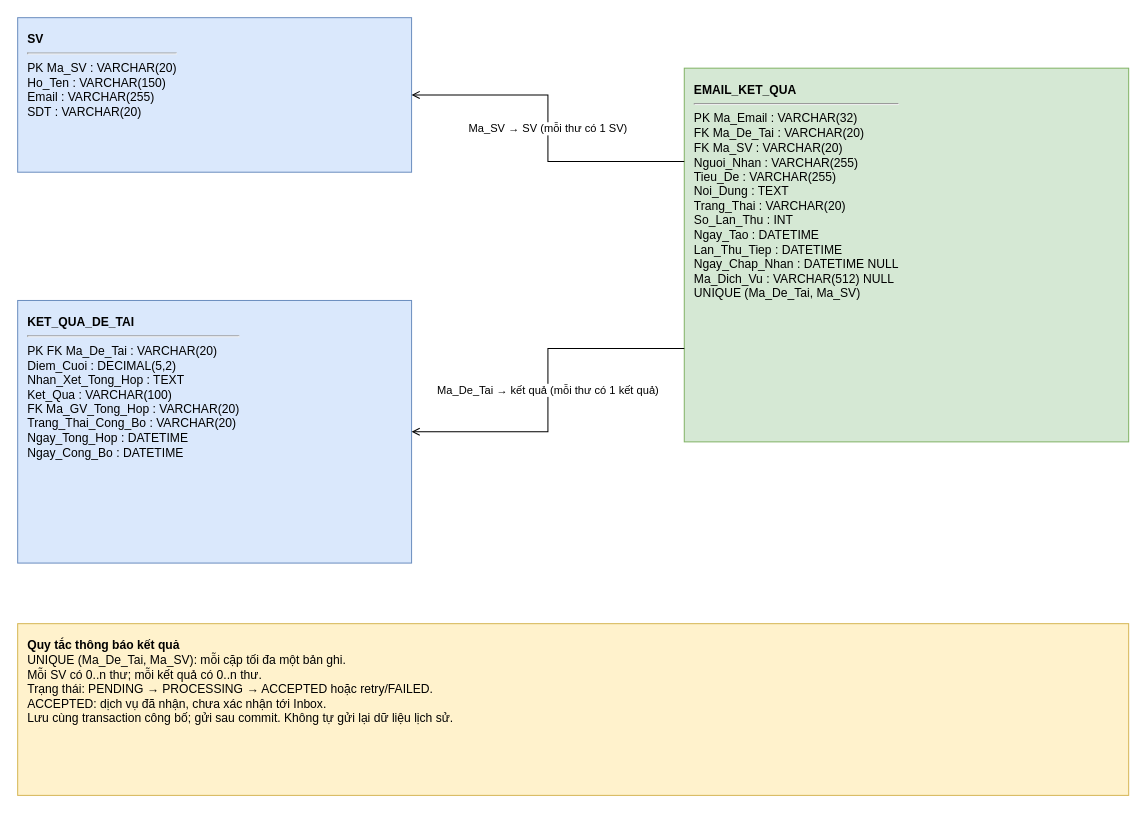
The draw.io diagram page "Email_ket_qua" (2 of 2) of projects/Database/ERD_QuanLyDeTai_V2.drawio in huydc7/fit-project-management, before the edit. Source tidied: cells renumbered, new cells numbered last; positions are measured from the earlier drawing's top-left corner, leaving out a move shared by most shapes. Both pictures are drawn from the tidied source at 101%, with x=0, y=0 at pixel (17, 17).
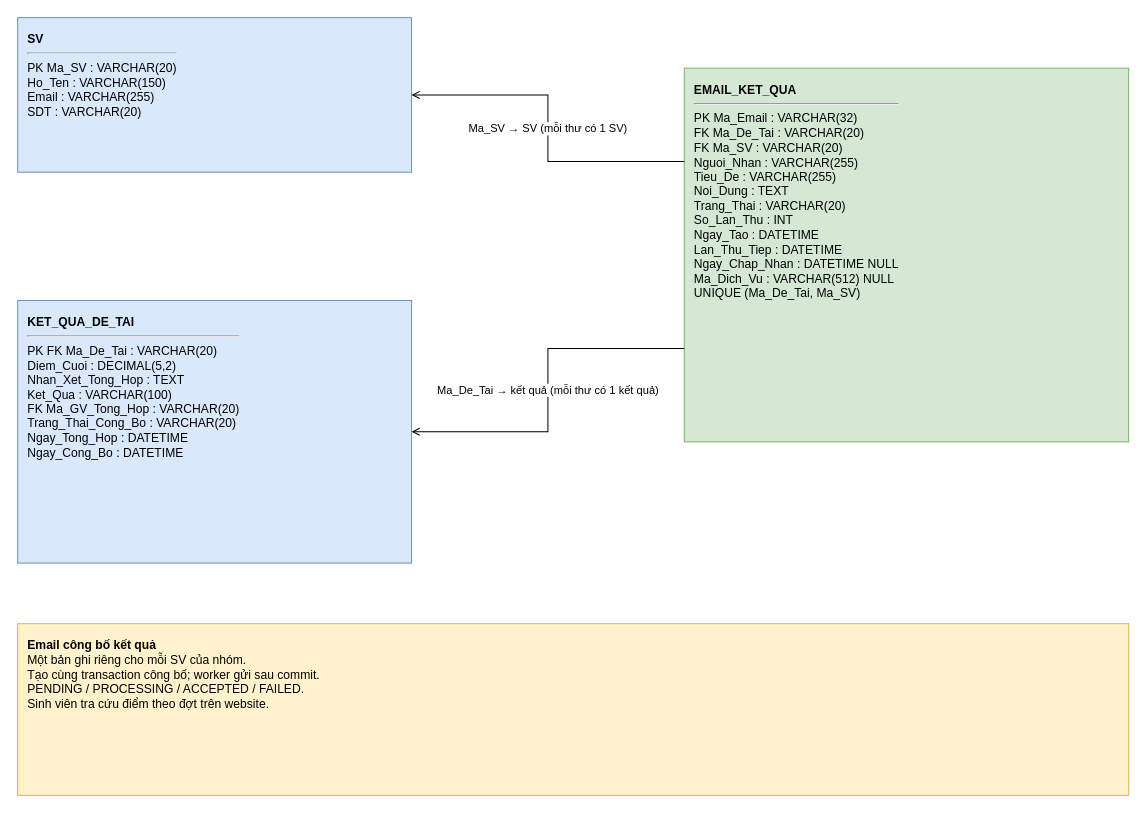
The same page after the edit.

Diff of the diagram source:
```diff
@@
 <mxGraphModel>
   <root>
     <mxCell id="0" />
     <mxCell id="1" parent="0" />
     <mxCell id="2" value="&lt;b&gt;SV&lt;/b&gt;&lt;hr&gt;PK Ma_SV : VARCHAR(20)&lt;br&gt;Ho_Ten : VARCHAR(150)&lt;br&gt;Email : VARCHAR(255)&lt;br&gt;SDT : VARCHAR(20)" style="rounded=0;whiteSpace=wrap;html=1;align=left;verticalAlign=top;spacing=10;fillColor=#dae8fc;strokeColor=#6c8ebf;fontSize=12;" parent="1" vertex="1">
       <mxGeometry width="390" height="153" as="geometry" />
     </mxCell>
     <mxCell id="3" value="&lt;b&gt;KET_QUA_DE_TAI&lt;/b&gt;&lt;hr&gt;PK FK Ma_De_Tai : VARCHAR(20)&lt;br&gt;Diem_Cuoi : DECIMAL(5,2)&lt;br&gt;Nhan_Xet_Tong_Hop : TEXT&lt;br&gt;Ket_Qua : VARCHAR(100)&lt;br&gt;FK Ma_GV_Tong_Hop : VARCHAR(20)&lt;br&gt;Trang_Thai_Cong_Bo : VARCHAR(20)&lt;br&gt;Ngay_Tong_Hop : DATETIME&lt;br&gt;Ngay_Cong_Bo : DATETIME" style="rounded=0;whiteSpace=wrap;html=1;align=left;verticalAlign=top;spacing=10;fillColor=#dae8fc;strokeColor=#6c8ebf;fontSize=12;" parent="1" vertex="1">
       <mxGeometry y="280" width="390" height="260" as="geometry" />
     </mxCell>
     <mxCell id="4" value="&lt;b&gt;EMAIL_KET_QUA&lt;/b&gt;&lt;hr&gt;PK Ma_Email : VARCHAR(32)&lt;br&gt;FK Ma_De_Tai : VARCHAR(20)&lt;br&gt;FK Ma_SV : VARCHAR(20)&lt;br&gt;Nguoi_Nhan : VARCHAR(255)&lt;br&gt;Tieu_De : VARCHAR(255)&lt;br&gt;Noi_Dung : TEXT&lt;br&gt;Trang_Thai : VARCHAR(20)&lt;br&gt;So_Lan_Thu : INT&lt;br&gt;Ngay_Tao : DATETIME&lt;br&gt;Lan_Thu_Tiep : DATETIME&lt;br&gt;Ngay_Chap_Nhan : DATETIME NULL&lt;br&gt;Ma_Dich_Vu : VARCHAR(512) NULL&lt;br&gt;UNIQUE (Ma_De_Tai, Ma_SV)" style="rounded=0;whiteSpace=wrap;html=1;align=left;verticalAlign=top;spacing=10;fillColor=#d5e8d4;strokeColor=#82b366;fontSize=12;" parent="1" vertex="1">
       <mxGeometry x="660" y="50" width="440" height="370" as="geometry" />
     </mxCell>
     <mxCell id="5" value="Ma_SV → SV (mỗi thư có 1 SV)" style="edgeStyle=orthogonalEdgeStyle;rounded=0;html=1;endArrow=open;fontSize=11;exitX=0;exitY=0.25;entryX=1;entryY=0.5;" parent="1" edge="1" source="4" target="2">
       <mxGeometry relative="1" as="geometry" />
     </mxCell>
     <mxCell id="6" value="Ma_De_Tai → kết quả (mỗi thư có 1 kết quả)" style="edgeStyle=orthogonalEdgeStyle;rounded=0;html=1;endArrow=open;fontSize=11;exitX=0;exitY=0.75;entryX=1;entryY=0.5;" parent="1" edge="1" source="4" target="3">
       <mxGeometry relative="1" as="geometry" />
     </mxCell>
-    <mxCell id="7" value="&lt;b&gt;Quy tắc thông báo kết quả&lt;/b&gt;&lt;br&gt;UNIQUE (Ma_De_Tai, Ma_SV): mỗi cặp tối đa một bản ghi.&lt;br&gt;Mỗi SV có 0..n thư; mỗi kết quả có 0..n thư.&lt;br&gt;Trạng thái: PENDING → PROCESSING → ACCEPTED hoặc retry/FAILED.&lt;br&gt;ACCEPTED: dịch vụ đã nhận, chưa xác nhận tới Inbox.&lt;br&gt;Lưu cùng transaction công bố; gửi sau commit. Không tự gửi lại dữ liệu lịch sử." style="rounded=0;whiteSpace=wrap;html=1;align=left;verticalAlign=top;spacing=10;fillColor=#fff2cc;strokeColor=#d6b656;fontSize=12;" parent="1" vertex="1">
+    <mxCell id="7" value="&lt;b&gt;Email công bố kết quả&lt;/b&gt;&lt;br&gt;Một bản ghi riêng cho mỗi SV của nhóm.&lt;br&gt;Tạo cùng transaction công bố; worker gửi sau commit.&lt;br&gt;PENDING / PROCESSING / ACCEPTED / FAILED.&lt;br&gt;Sinh viên tra cứu điểm theo đợt trên website." style="rounded=0;whiteSpace=wrap;html=1;align=left;verticalAlign=top;spacing=10;fillColor=#fff2cc;strokeColor=#d6b656;fontSize=12;" parent="1" vertex="1">
       <mxGeometry y="600" width="1100" height="170" as="geometry" />
     </mxCell>
   </root>
 </mxGraphModel>
```
